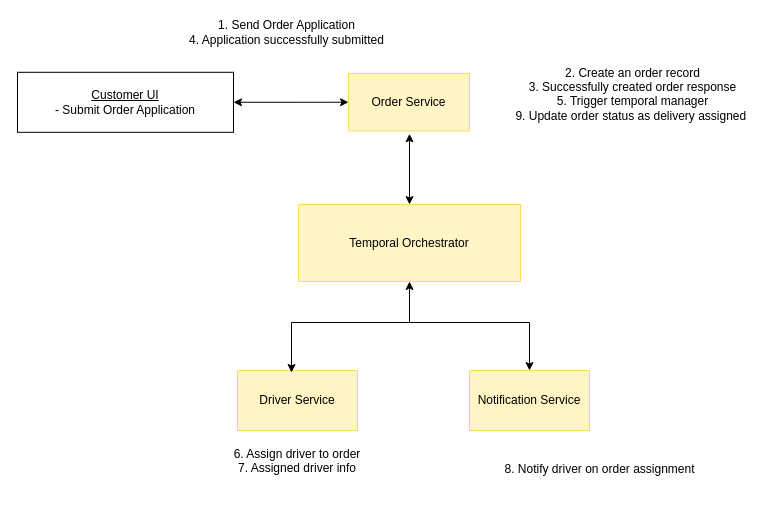
darkliyznyanlin910/esd-2425T2 keeps this draw.io diagram as diagrams/CustomerSubmitOrderRequest.drawio. Above is the earlier version. Source tidied: cells renumbered, new cells numbered last; positions are measured from the earlier drawing's top-left corner, leaving out a move shared by most shapes. Both pictures are drawn from the tidied source at 100%, with x=0, y=0 at pixel (17, 17).
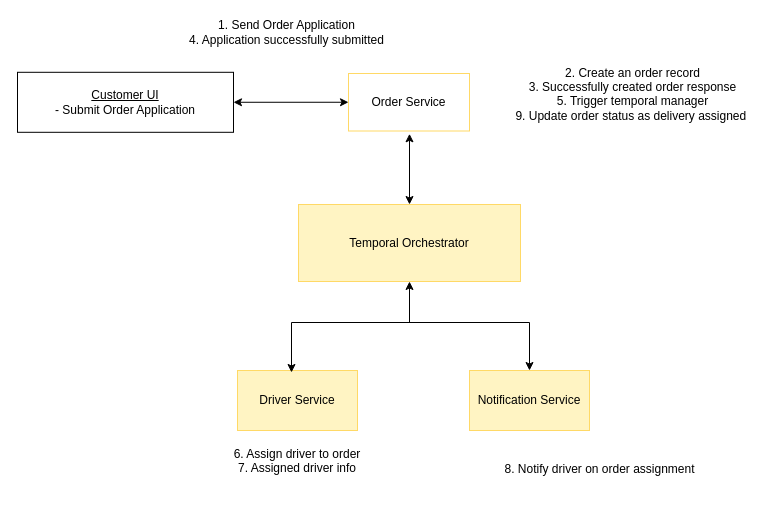
After the change.

The edit, as a diff of the source:
```diff
@@
 <mxGraphModel>
   <root>
     <mxCell id="0" />
     <mxCell id="1" parent="0" />
     <mxCell id="2" value="&lt;u&gt;Customer UI&lt;/u&gt;&lt;div&gt;- Submit Order Application&lt;/div&gt;" style="rounded=0;whiteSpace=wrap;html=1;" parent="1" vertex="1">
       <mxGeometry y="54.8" width="216" height="60" as="geometry" />
     </mxCell>
     <mxCell id="3" value="Temporal Orchestrator" style="rounded=0;whiteSpace=wrap;html=1;fillColor=light-dark(#FFF4C3,var(--ge-dark-color, #121212));strokeColor=light-dark(#FFD966,#FFFFFF);" parent="1" vertex="1">
       <mxGeometry x="281" y="187" width="222" height="77" as="geometry" />
     </mxCell>
-    <mxCell id="4" value="Order Service" style="rounded=0;whiteSpace=wrap;html=1;fillColor=light-dark(#FFF4C3,#FFFFFF);strokeColor=light-dark(#FFD966,#FFFFFF);" parent="1" vertex="1">
+    <mxCell id="4" value="Order Service" style="rounded=0;whiteSpace=wrap;html=1;fillColor=none;strokeColor=light-dark(#FFD966,#FFFFFF);" parent="1" vertex="1">
       <mxGeometry x="331" y="56" width="121" height="57.5" as="geometry" />
     </mxCell>
     <mxCell id="5" value="Driver Service" style="rounded=0;whiteSpace=wrap;html=1;fillColor=light-dark(#FFF4C3,var(--ge-dark-color, #121212));strokeColor=light-dark(#FFD966,#FFFFFF);" parent="1" vertex="1">
       <mxGeometry x="220" y="353" width="120" height="60" as="geometry" />
     </mxCell>
     <mxCell id="6" value="Notification Service" style="rounded=0;whiteSpace=wrap;html=1;strokeColor=light-dark(#FFD966,#FFFFFF);fillColor=light-dark(#FFF4C3,var(--ge-dark-color, #121212));" parent="1" vertex="1">
       <mxGeometry x="452" y="353" width="120" height="60" as="geometry" />
     </mxCell>
     <mxCell id="7" value="1. Send Order Application&lt;div&gt;4. Application successfully submitted&lt;/div&gt;" style="text;html=1;align=center;verticalAlign=middle;whiteSpace=wrap;rounded=0;" parent="1" vertex="1">
       <mxGeometry x="150" width="239" height="30" as="geometry" />
     </mxCell>
     <mxCell id="8" value="2. Create an order record&lt;div&gt;3. Successfully created order response&lt;/div&gt;&lt;div&gt;5. Trigger temporal manager&lt;/div&gt;&lt;div&gt;9. Update order status as delivery assigned&amp;nbsp;&lt;/div&gt;&lt;div&gt;&lt;br&gt;&lt;/div&gt;" style="text;html=1;align=center;verticalAlign=middle;whiteSpace=wrap;rounded=0;" parent="1" vertex="1">
       <mxGeometry x="492" y="54.8" width="247" height="58" as="geometry" />
     </mxCell>
     <mxCell id="9" value="6. Assign driver to order&lt;div&gt;7. Assigned driver info&lt;br&gt;&lt;div&gt;&lt;br&gt;&lt;/div&gt;&lt;/div&gt;" style="text;html=1;align=center;verticalAlign=middle;whiteSpace=wrap;rounded=0;" parent="1" vertex="1">
       <mxGeometry x="193" y="436" width="174" height="30" as="geometry" />
     </mxCell>
     <mxCell id="10" style="endArrow=classic;html=1;rounded=0;entryX=0.5;entryY=1;entryDx=0;entryDy=0;" parent="1" edge="1" target="3">
       <mxGeometry relative="1" as="geometry">
         <mxPoint x="392" y="305" as="sourcePoint" />
       </mxGeometry>
     </mxCell>
     <mxCell id="11" value="8. Notify driver on order assignment&lt;div&gt;&lt;div&gt;&lt;br&gt;&lt;/div&gt;&lt;/div&gt;" style="text;html=1;align=center;verticalAlign=middle;whiteSpace=wrap;rounded=0;" parent="1" vertex="1">
       <mxGeometry x="484" y="444" width="197" height="30" as="geometry" />
     </mxCell>
     <mxCell id="12" style="endArrow=classic;startArrow=classic;html=1;rounded=0;" parent="1" edge="1" source="2" target="4">
       <mxGeometry relative="1" as="geometry" />
     </mxCell>
     <mxCell id="13" style="endArrow=classic;startArrow=classic;html=1;rounded=0;" parent="1" edge="1" source="3">
       <mxGeometry relative="1" as="geometry">
         <mxPoint x="392" y="116.3" as="targetPoint" />
       </mxGeometry>
     </mxCell>
     <mxCell id="14" style="endArrow=classic;startArrow=classic;html=1;rounded=0;exitX=0.45;exitY=0.033;exitDx=0;exitDy=0;exitPerimeter=0;entryX=0.5;entryY=0;entryDx=0;entryDy=0;" parent="1" edge="1" source="5" target="6">
       <mxGeometry relative="1" as="geometry">
         <Array as="points">
           <mxPoint x="274" y="305" />
           <mxPoint x="512" y="305" />
         </Array>
       </mxGeometry>
     </mxCell>
   </root>
 </mxGraphModel>
```
